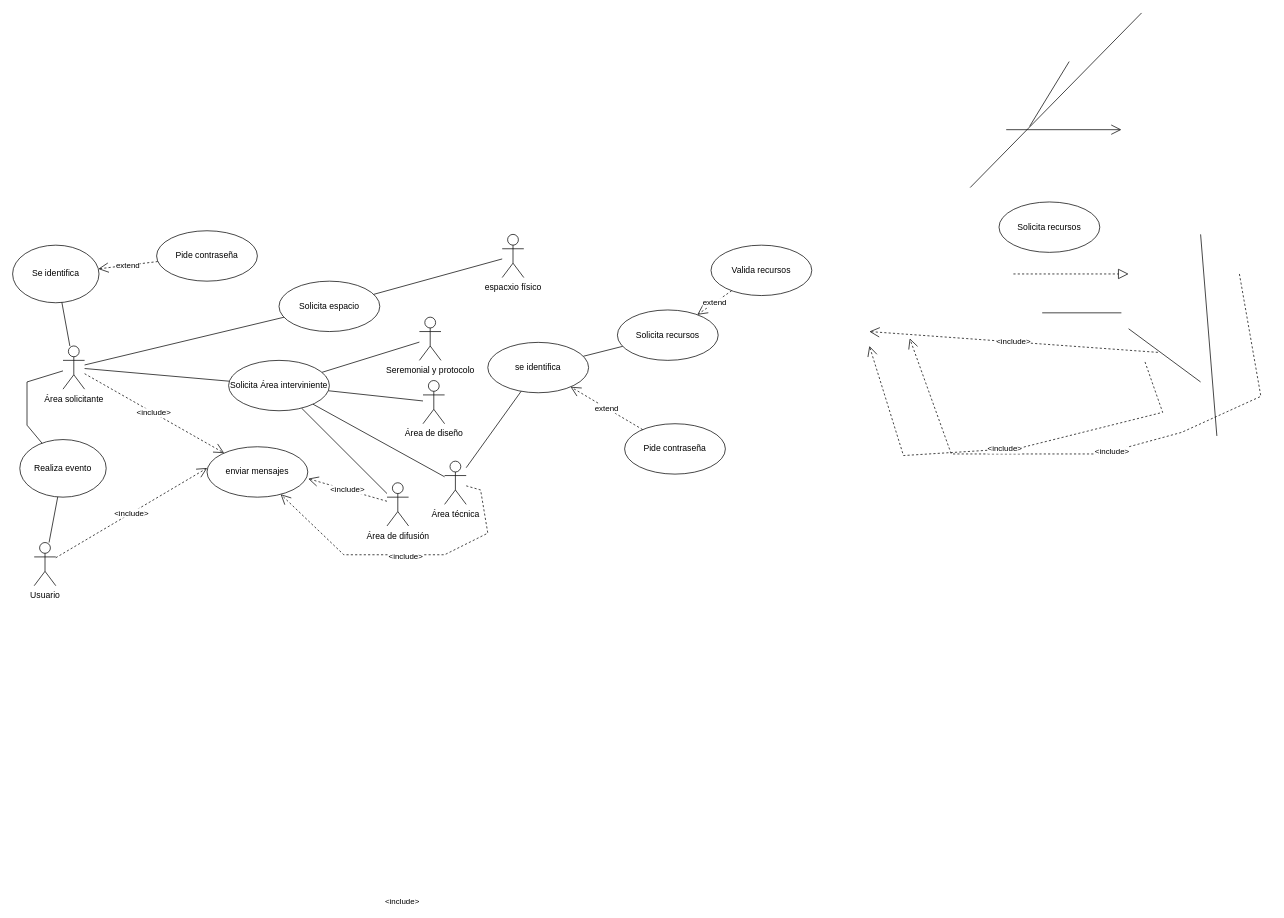
Earlier version of the draw.io diagram CasoDeUso.drawio (JonathanUrquiza/DER). Source tidied: cells renumbered, new cells numbered last; positions are measured from the earlier drawing's top-left corner, leaving out a move shared by most shapes. Both pictures are drawn from the tidied source at 72%, with x=0, y=0 at pixel (12, 12).
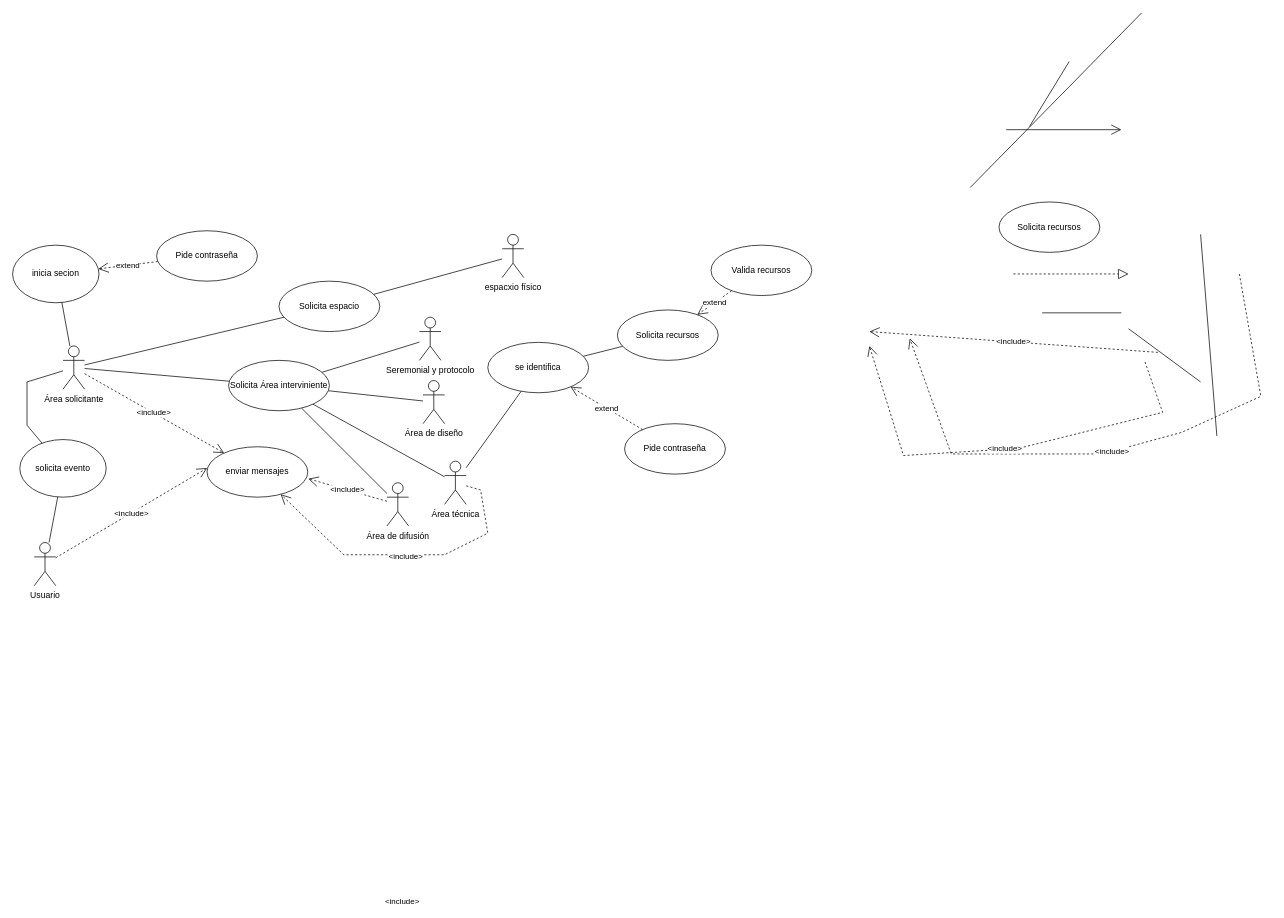
The same diagram, later.

The edit, as a diff of the source:
```diff
@@
-    <mxCell id="8" value="Realiza evento" style="ellipse;whiteSpace=wrap;html=1;" parent="1" vertex="1">
+    <mxCell id="8" value="solicita evento" style="ellipse;whiteSpace=wrap;html=1;" parent="1" vertex="1">
       <mxGeometry x="10" y="593" width="120" height="80" as="geometry" />
     </mxCell>
@@
-    <mxCell id="10" value="Se identifica" style="ellipse;whiteSpace=wrap;html=1;" parent="1" vertex="1">
+    <mxCell id="10" value="inicia secion" style="ellipse;whiteSpace=wrap;html=1;" parent="1" vertex="1">
       <mxGeometry y="323" width="120" height="80" as="geometry" />
     </mxCell>
```
